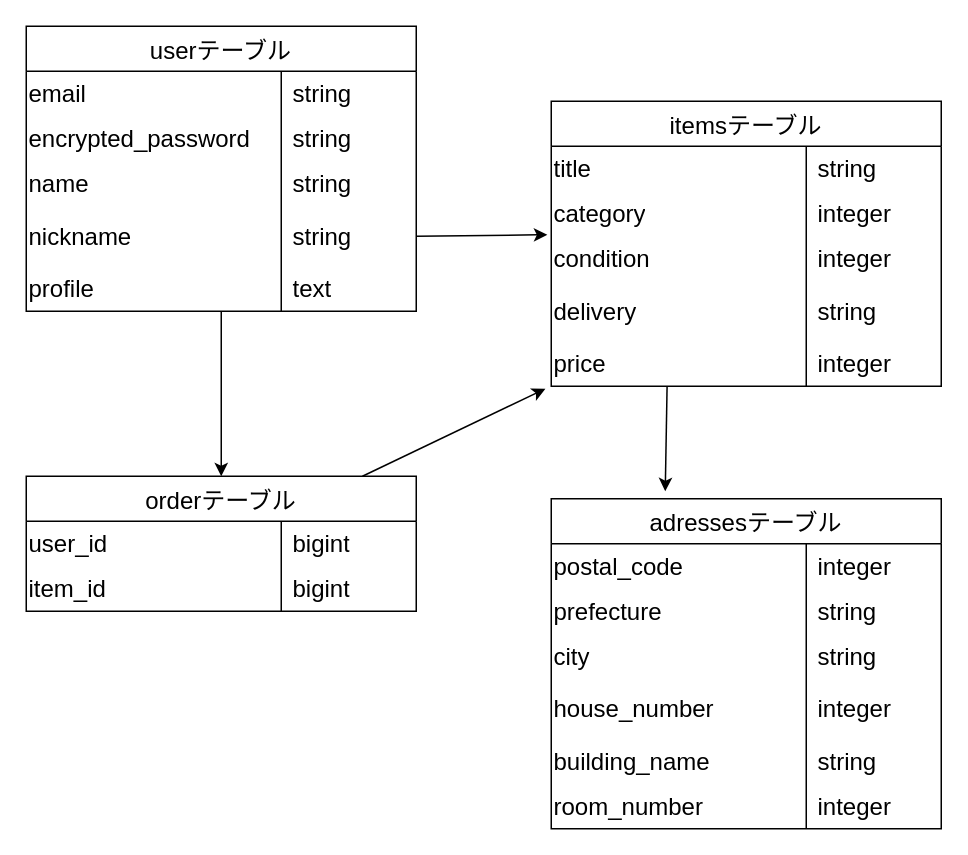
Before: er.dio in hanari196/furima-42504, a draw.io diagram. Source tidied: cells renumbered, new cells numbered last; positions are measured from the earlier drawing's top-left corner, leaving out a move shared by most shapes. Both pictures are drawn from the tidied source at 150%, with x=0, y=0 at pixel (26, 26).
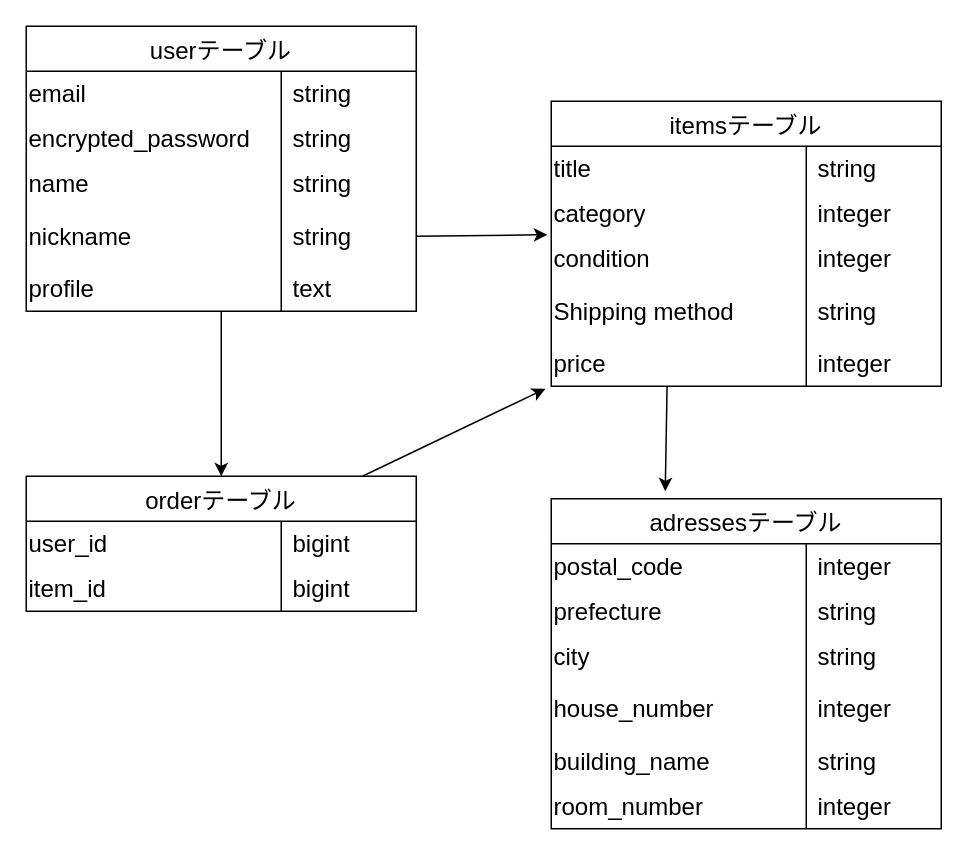
After the change.

The change refers to these unchanged cells:
```xml
<mxCell id="31" style="shape=tableRow;horizontal=0;startSize=0;swimlaneHead=0;swimlaneBody=0;top=0;left=0;bottom=0;right=0;fillColor=none;strokeColor=inherit;fontSize=16;" parent="21" vertex="1">
  <mxGeometry y="120" width="260" height="40" as="geometry" />
</mxCell>
```

What changed in the source:
```diff
@@
-    <mxCell id="32" value="delivery" style="shape=partialRectangle;html=1;whiteSpace=wrap;fillColor=none;top=0;left=0;bottom=0;right=0;overflow=hidden;strokeColor=inherit;fontSize=16;align=left;" parent="31" vertex="1">
+    <mxCell id="32" value="&lt;span style=&quot;color: rgb(0, 0, 0); font-family: Arial, &amp;quot;Hiragino Kaku Gothic ProN&amp;quot;, sans-serif; background-color: rgb(255, 255, 255);&quot;&gt;&lt;font&gt;Shipping method&lt;/font&gt;&lt;/span&gt;" style="shape=partialRectangle;html=1;whiteSpace=wrap;fillColor=none;top=0;left=0;bottom=0;right=0;overflow=hidden;strokeColor=inherit;fontSize=16;align=left;" parent="31" vertex="1">
       <mxGeometry width="170" height="40" as="geometry" />
     </mxCell>
```
